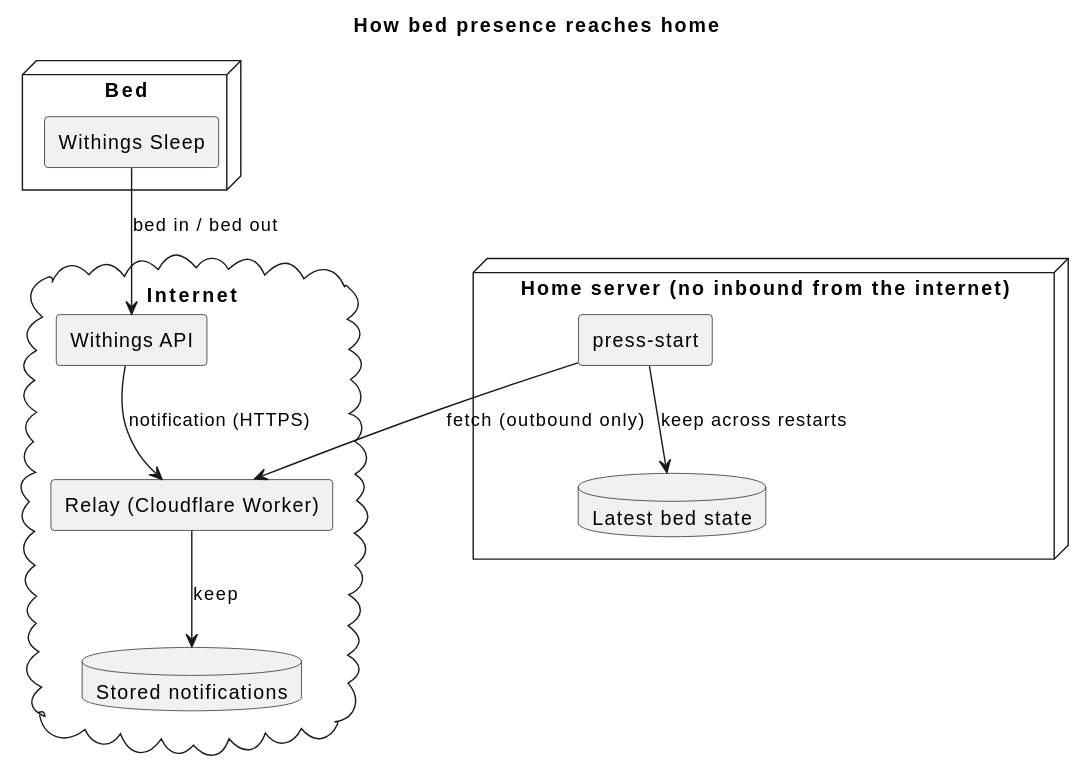
Before: docs/ja/requirements/bed/overview.svg, a diagram exported from PlantUML (cloveclovedev/press-start). Source of this version:
```plantuml
@startuml
title How bed presence reaches home
skinparam shadowing false
skinparam componentStyle rectangle

node "Bed" {
  [Withings Sleep] as sensor
}
cloud "Internet" {
  [Withings API] as withings
  [Relay (Cloudflare Worker)] as relay
  database "Stored notifications" as store
}
node "Home server (no inbound from the internet)" {
  [press-start] as app
  database "Latest bed state" as state
}

sensor --> withings : bed in / bed out
withings --> relay : notification (HTTPS)
relay --> store : keep
app --> relay : fetch (outbound only)
app --> state : keep across restarts
@enduml
```
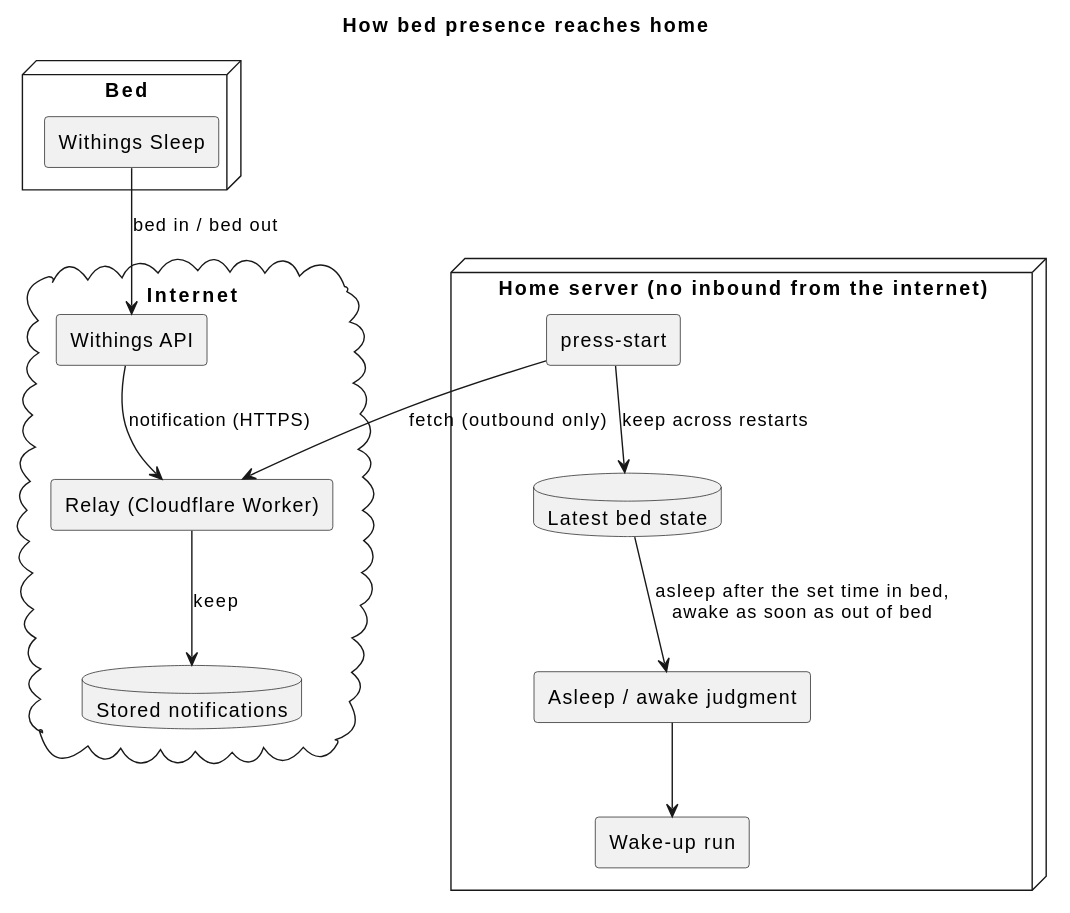
The same diagram one commit later.

Commit message:
docs(requirements): judge asleep and awake in the bed area and drive the snooze by them

Change to the diagram source:
```diff
@@ -14,6 +14,8 @@
 node "Home server (no inbound from the internet)" {
   [press-start] as app
   database "Latest bed state" as state
+  [Asleep / awake judgment] as judge
+  [Wake-up run] as run
 }
 
 sensor --> withings : bed in / bed out
@@ -21,4 +23,6 @@
 relay --> store : keep
 app --> relay : fetch (outbound only)
 app --> state : keep across restarts
+state --> judge : asleep after the set time in bed,\nawake as soon as out of bed
+judge --> run
 @enduml
```
